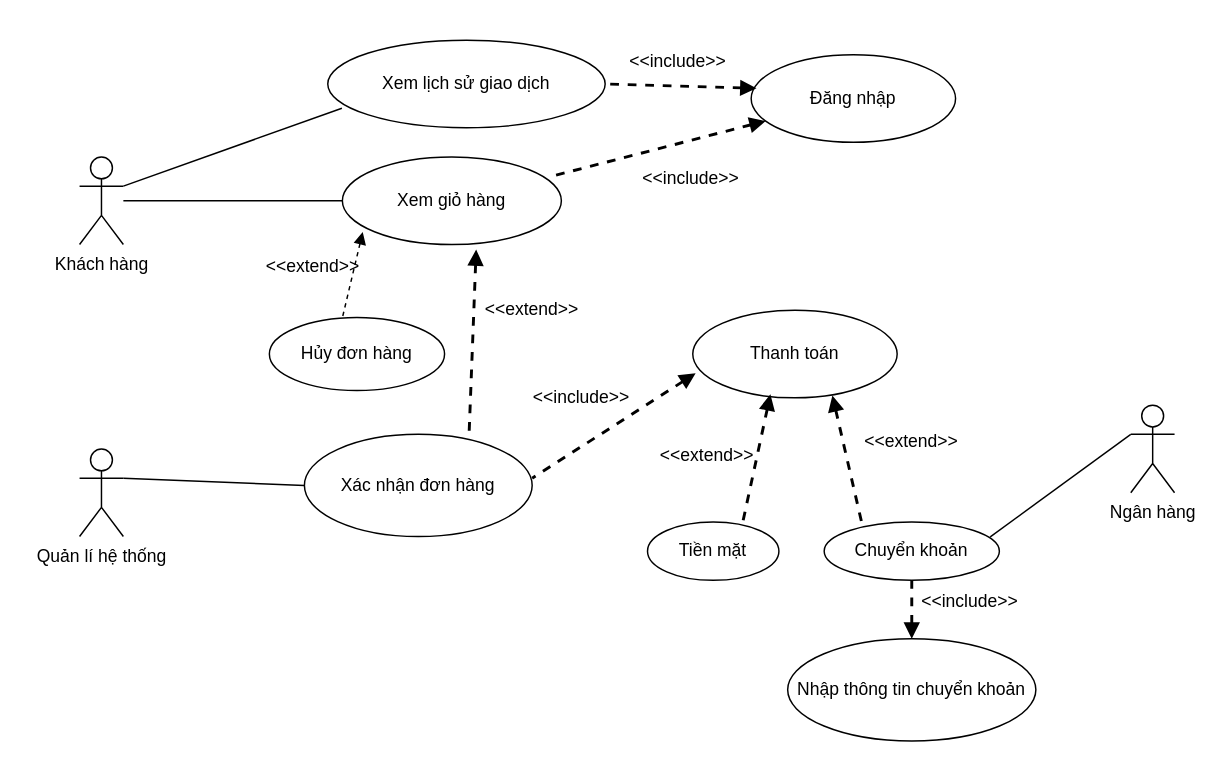
NguyenThaiDung2003/IT3120Nhom11 keeps this draw.io diagram as Use Case Diagram/Cart_Checkout.drawio. Above is the earlier version. Source tidied: cells renumbered, new cells numbered last; positions are measured from the earlier drawing's top-left corner, leaving out a move shared by most shapes. Both pictures are drawn from the tidied source at 146%, with x=0, y=0 at pixel (79, 39).
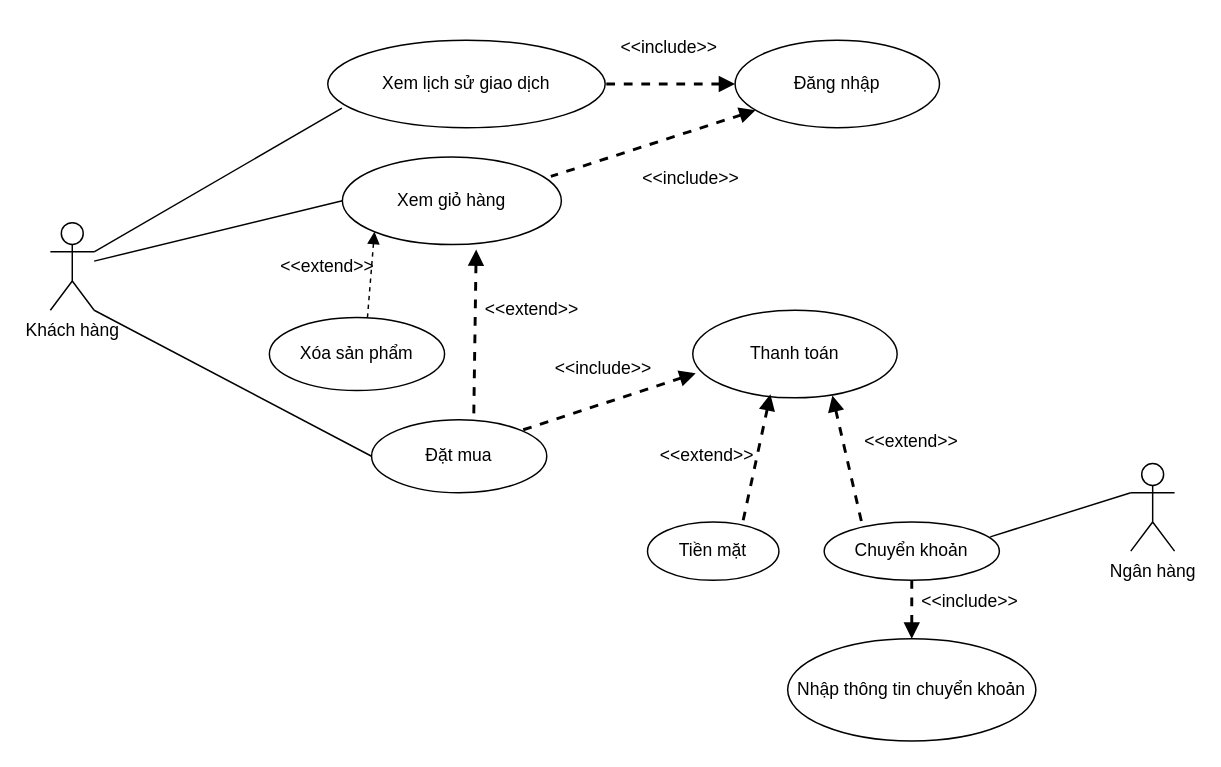
Above is the later version.

Commit message:
Fix hủy đơn, đặt mua

The change refers to these unchanged cells:
```xml
<mxCell id="3" value="Xem lịch sử giao dịch" style="ellipse;whiteSpace=wrap;html=1;" parent="1" vertex="1">
  <mxGeometry x="170" width="190" height="60" as="geometry" />
</mxCell>
<mxCell id="4" value="Xem giỏ hàng" style="ellipse;whiteSpace=wrap;html=1;" parent="1" vertex="1">
  <mxGeometry x="180" y="80" width="150" height="60" as="geometry" />
</mxCell>
<mxCell id="9" value="Thanh toán" style="ellipse;whiteSpace=wrap;html=1;" parent="1" vertex="1">
  <mxGeometry x="420" y="185" width="140" height="60" as="geometry" />
</mxCell>
```

Diff of the diagram source:
```diff
@@
     <mxCell id="2" value="Khách hàng" style="shape=umlActor;verticalLabelPosition=bottom;verticalAlign=top;html=1;outlineConnect=0;" parent="1" vertex="1">
-      <mxGeometry y="80" width="30" height="60" as="geometry" />
+      <mxGeometry x="-20" y="125" width="30" height="60" as="geometry" />
     </mxCell>
@@
-    <mxCell id="5" value="Xác nhận đơn hàng" style="ellipse;whiteSpace=wrap;html=1;" parent="1" vertex="1">
-      <mxGeometry x="154" y="270" width="156" height="70" as="geometry" />
+    <mxCell id="5" value="Đặt mua" style="ellipse;whiteSpace=wrap;html=1;" parent="1" vertex="1">
+      <mxGeometry x="200" y="260" width="120" height="50" as="geometry" />
     </mxCell>
-    <mxCell id="6" value="Hủy đơn hàng" style="ellipse;whiteSpace=wrap;html=1;" parent="1" vertex="1">
+    <mxCell id="6" value="Xóa sản phẩm" style="ellipse;whiteSpace=wrap;html=1;" parent="1" vertex="1">
       <mxGeometry x="130" y="190" width="120" height="50" as="geometry" />
     </mxCell>
-    <mxCell id="7" value="Quản lí hệ thống" style="shape=umlActor;verticalLabelPosition=bottom;verticalAlign=top;html=1;outlineConnect=0;" parent="1" vertex="1">
-      <mxGeometry y="280" width="30" height="60" as="geometry" />
-    </mxCell>
     <mxCell id="8" value="Đăng nhập" style="ellipse;whiteSpace=wrap;html=1;" parent="1" vertex="1">
-      <mxGeometry x="460" y="10" width="140" height="60" as="geometry" />
+      <mxGeometry x="449" width="140" height="60" as="geometry" />
     </mxCell>
@@
     <mxCell id="13" value="Ngân hàng" style="shape=umlActor;verticalLabelPosition=bottom;verticalAlign=top;html=1;outlineConnect=0;" parent="1" vertex="1">
-      <mxGeometry x="720" y="250" width="30" height="60" as="geometry" />
+      <mxGeometry x="720" y="290" width="30" height="60" as="geometry" />
     </mxCell>
@@
-    <mxCell id="16" style="endArrow=none;html=1;rounded=0;entryX=0;entryY=0.5;entryDx=0;entryDy=0;exitX=1;exitY=0.3333333333333333;exitDx=0;exitDy=0;exitPerimeter=0;" parent="1" edge="1" source="7" target="5">
-      <mxGeometry relative="1" as="geometry" />
-    </mxCell>
@@
-    <mxCell id="18" style="endArrow=none;dashed=1;html=1;strokeWidth=2;rounded=0;startArrow=block;startFill=1;exitX=0.026;exitY=0.383;exitDx=0;exitDy=0;exitPerimeter=0;entryX=1;entryY=0.5;entryDx=0;entryDy=0;" parent="1" edge="1" source="8" target="3">
+    <mxCell id="18" style="endArrow=none;dashed=1;html=1;strokeWidth=2;rounded=0;startArrow=block;startFill=1;exitX=0;exitY=0.5;exitDx=0;exitDy=0;entryX=1;entryY=0.5;entryDx=0;entryDy=0;" parent="1" edge="1" source="8" target="3">
       <mxGeometry relative="1" as="geometry" />
     </mxCell>
-    <mxCell id="19" style="endArrow=none;dashed=1;html=1;strokeWidth=2;rounded=0;startArrow=block;startFill=1;entryX=0.975;entryY=0.363;entryDx=0;entryDy=0;entryPerimeter=0;exitX=0.014;exitY=0.72;exitDx=0;exitDy=0;exitPerimeter=0;" parent="1" edge="1" source="9">
-      <mxGeometry relative="1" as="geometry">
-        <mxPoint x="310" y="300" as="targetPoint" />
-      </mxGeometry>
+    <mxCell id="19" style="endArrow=none;dashed=1;html=1;strokeWidth=2;rounded=0;startArrow=block;startFill=1;entryX=1;entryY=0;entryDx=0;entryDy=0;exitX=0.014;exitY=0.72;exitDx=0;exitDy=0;exitPerimeter=0;" parent="1" edge="1" source="9" target="5">
+      <mxGeometry relative="1" as="geometry" />
     </mxCell>
@@
-    <mxCell id="22" style="endArrow=none;dashed=1;html=1;rounded=0;exitX=0.093;exitY=0.857;exitDx=0;exitDy=0;startArrow=block;startFill=1;exitPerimeter=0;entryX=0.417;entryY=0;entryDx=0;entryDy=0;entryPerimeter=0;" parent="1" edge="1" source="4" target="6">
+    <mxCell id="22" style="endArrow=none;dashed=1;html=1;rounded=0;exitX=0;exitY=1;exitDx=0;exitDy=0;startArrow=block;startFill=1;entryX=0.56;entryY=-0.004;entryDx=0;entryDy=0;entryPerimeter=0;" parent="1" edge="1" source="4" target="6">
       <mxGeometry relative="1" as="geometry" />
     </mxCell>
     <mxCell id="23" value="&amp;lt;&amp;lt;extend&amp;gt;&amp;gt;" style="text;html=1;align=center;verticalAlign=middle;whiteSpace=wrap;rounded=0;" parent="1" vertex="1">
-      <mxGeometry x="130" y="140" width="60" height="30" as="geometry" />
+      <mxGeometry x="140" y="140" width="60" height="30" as="geometry" />
     </mxCell>
@@
     <mxCell id="25" value="&amp;lt;&amp;lt;include&amp;gt;&amp;gt;" style="text;html=1;align=center;verticalAlign=middle;whiteSpace=wrap;rounded=0;" parent="1" vertex="1">
-      <mxGeometry x="380" width="60" height="30" as="geometry" />
+      <mxGeometry x="374" y="-10" width="60" height="30" as="geometry" />
     </mxCell>
     <mxCell id="26" value="&amp;lt;&amp;lt;include&amp;gt;&amp;gt;" style="text;html=1;align=center;verticalAlign=middle;whiteSpace=wrap;rounded=0;" parent="1" vertex="1">
-      <mxGeometry x="314" y="230" width="60" height="30" as="geometry" />
+      <mxGeometry x="329" y="210" width="60" height="30" as="geometry" />
     </mxCell>
-    <mxCell id="27" style="endArrow=none;dashed=1;html=1;strokeWidth=2;rounded=0;startArrow=block;startFill=1;entryX=0.723;entryY=-0.003;entryDx=0;entryDy=0;entryPerimeter=0;exitX=0.611;exitY=1.057;exitDx=0;exitDy=0;exitPerimeter=0;" parent="1" edge="1" source="4" target="5">
+    <mxCell id="27" style="endArrow=none;dashed=1;html=1;strokeWidth=2;rounded=0;startArrow=block;startFill=1;entryX=0.583;entryY=0;entryDx=0;entryDy=0;entryPerimeter=0;exitX=0.611;exitY=1.057;exitDx=0;exitDy=0;exitPerimeter=0;" parent="1" edge="1" source="4" target="5">
       <mxGeometry relative="1" as="geometry" />
     </mxCell>
@@
+    <mxCell id="35" style="endArrow=none;html=1;rounded=0;exitX=1;exitY=1;exitDx=0;exitDy=0;exitPerimeter=0;entryX=0;entryY=0.5;entryDx=0;entryDy=0;" parent="1" edge="1" source="2" target="5">
+      <mxGeometry relative="1" as="geometry" />
+    </mxCell>
```
